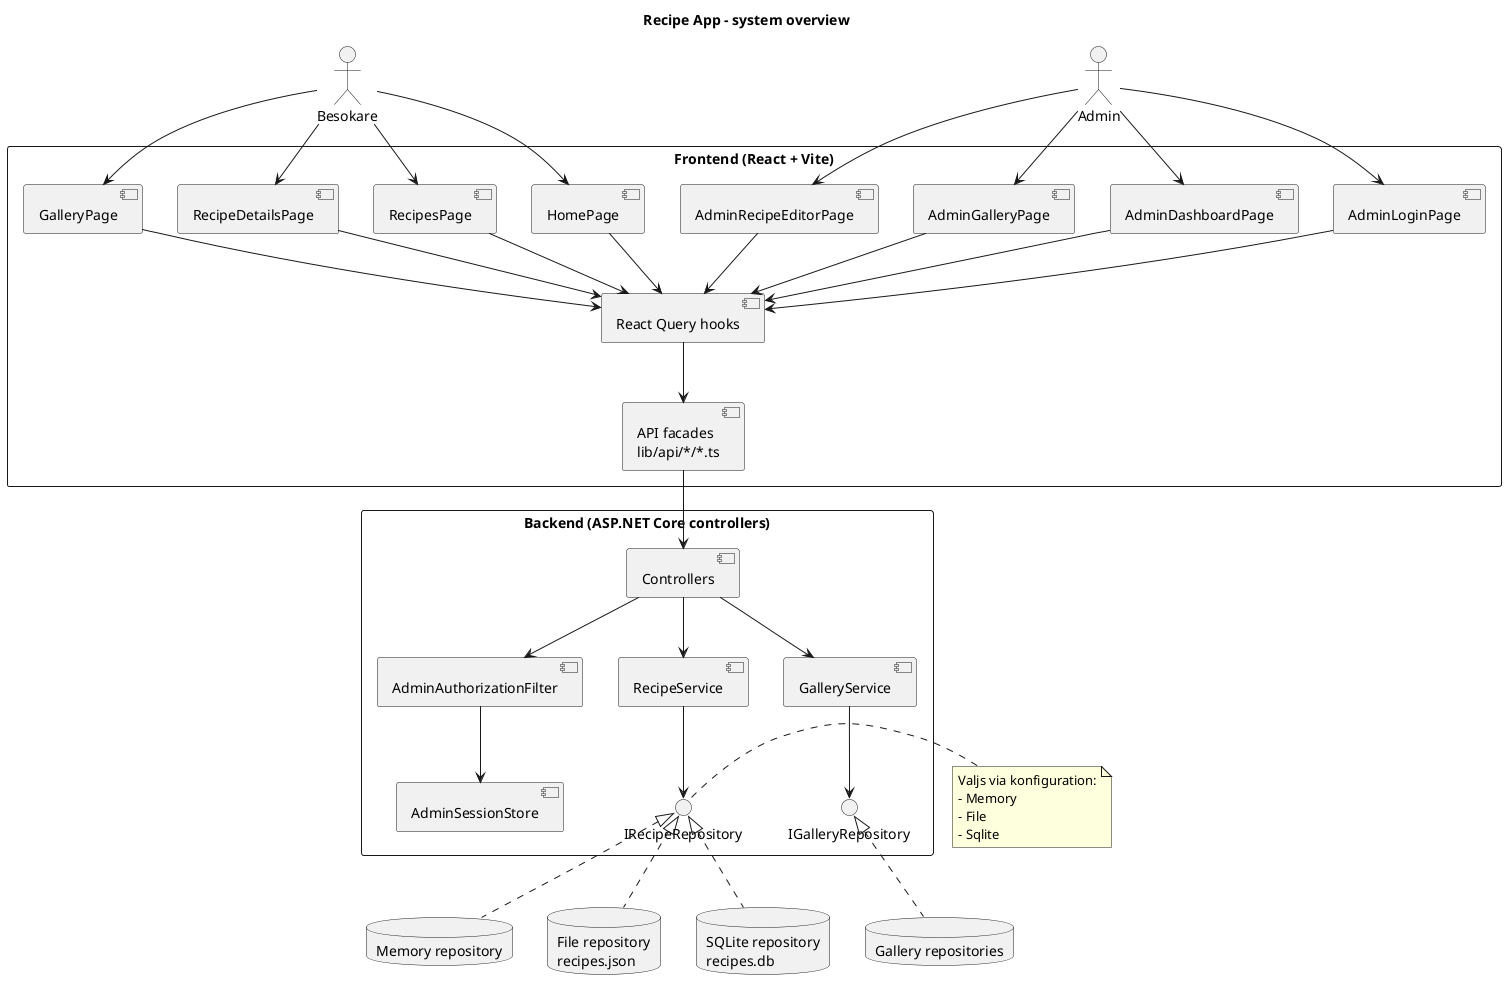
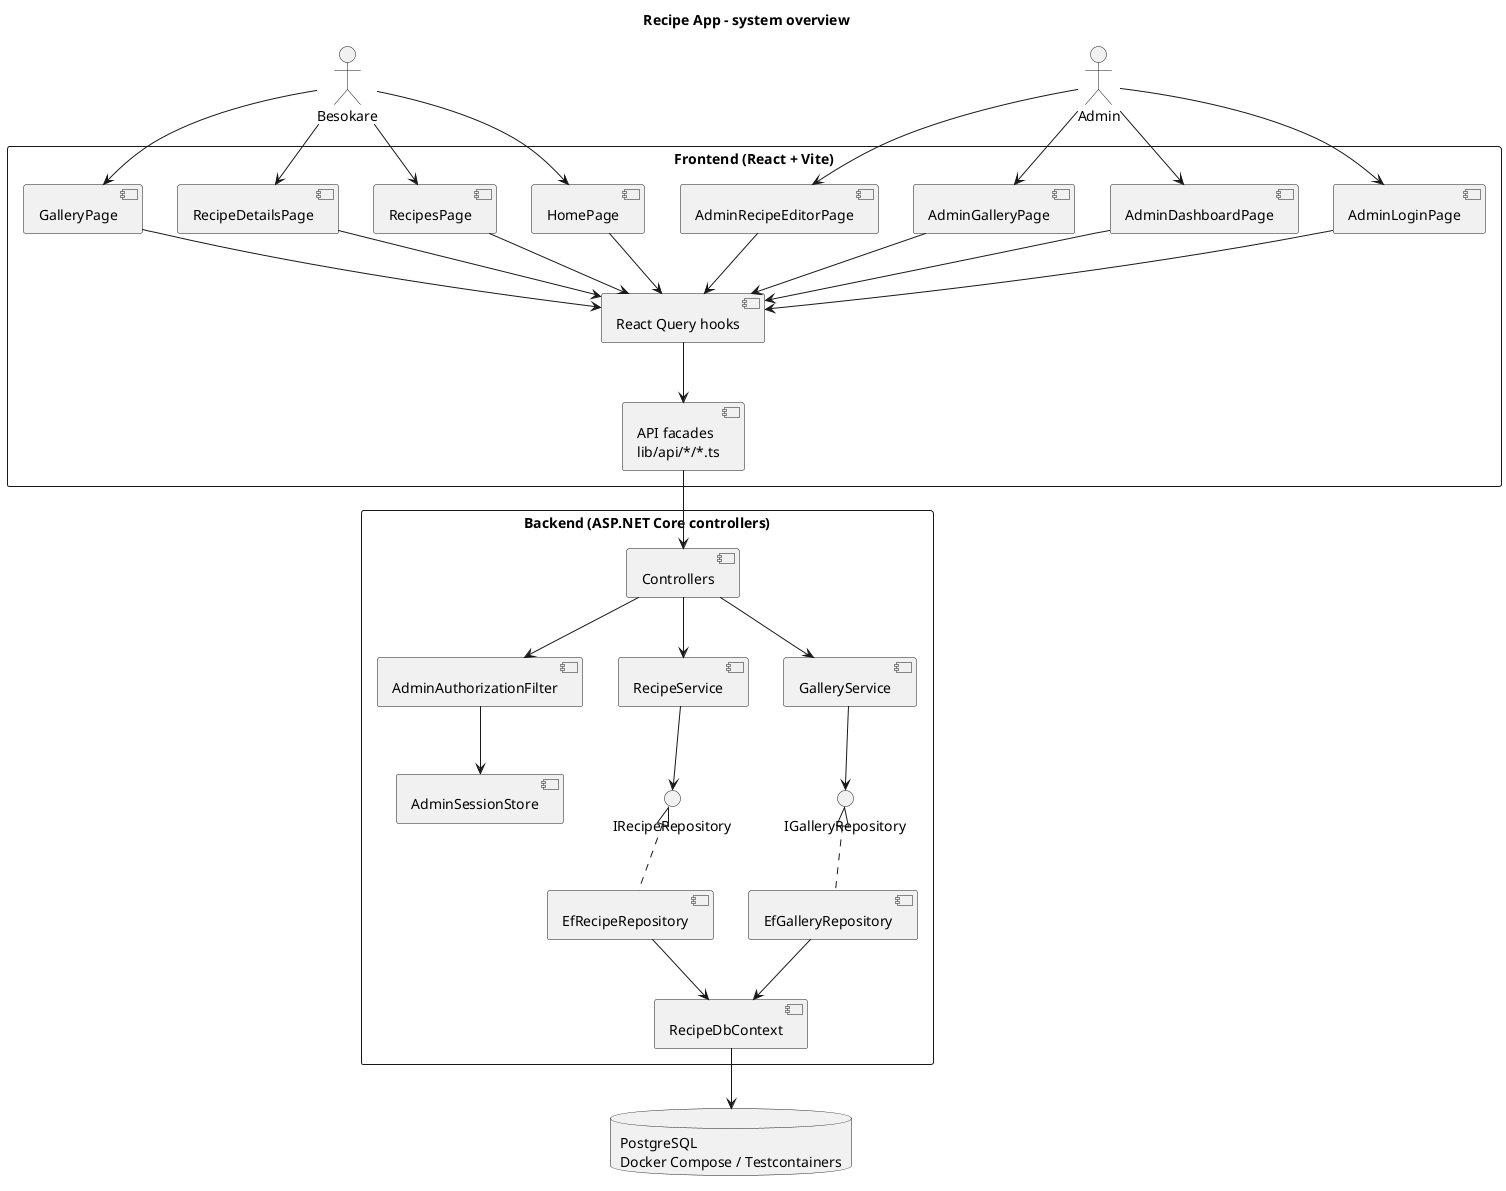
@startuml
title Recipe App - system overview

actor "Besokare" as Visitor
actor "Admin" as Admin

rectangle "Frontend (React + Vite)" {
  component "HomePage" as HomePage
  component "RecipesPage" as RecipesPage
  component "RecipeDetailsPage" as RecipeDetailsPage
  component "GalleryPage" as GalleryPage
  component "AdminLoginPage" as AdminLoginPage
  component "AdminDashboardPage" as AdminDashboardPage
  component "AdminGalleryPage" as AdminGalleryPage
  component "AdminRecipeEditorPage" as AdminRecipeEditorPage
  component "React Query hooks" as Hooks
  component "API facades\nlib/api/*/*.ts" as ApiFacade
}

rectangle "Backend (ASP.NET Core controllers)" {
  component "Controllers" as Controllers
  component "AdminAuthorizationFilter" as Filter
  component "AdminSessionStore" as SessionStore
  component "RecipeService" as RecipeService
  component "GalleryService" as GalleryService
-   interface "IRecipeRepository" as Repo
+   interface "IRecipeRepository" as RecipeRepo
  interface "IGalleryRepository" as GalleryRepo
+   component "EfRecipeRepository" as EfRecipeRepo
+   component "EfGalleryRepository" as EfGalleryRepo
+   component "RecipeDbContext" as DbContext
}

- database "Memory repository" as MemoryRepo
- database "File repository\nrecipes.json" as FileRepo
- database "SQLite repository\nrecipes.db" as SqliteRepo
- database "Gallery repositories" as GalleryRepos
+ database "PostgreSQL\nDocker Compose / Testcontainers" as Postgres

Visitor --> HomePage
Visitor --> RecipesPage
Visitor --> RecipeDetailsPage
Visitor --> GalleryPage
Admin --> AdminLoginPage
Admin --> AdminDashboardPage
Admin --> AdminGalleryPage
Admin --> AdminRecipeEditorPage

HomePage --> Hooks
RecipesPage --> Hooks
RecipeDetailsPage --> Hooks
GalleryPage --> Hooks
AdminLoginPage --> Hooks
AdminDashboardPage --> Hooks
AdminGalleryPage --> Hooks
AdminRecipeEditorPage --> Hooks

Hooks --> ApiFacade
ApiFacade --> Controllers

Controllers --> Filter
Filter --> SessionStore
Controllers --> RecipeService
Controllers --> GalleryService
- RecipeService --> Repo
+ RecipeService --> RecipeRepo
GalleryService --> GalleryRepo
- 
- Repo <|.. MemoryRepo
- Repo <|.. FileRepo
- Repo <|.. SqliteRepo
- GalleryRepo <|.. GalleryRepos
- 
- note right of Repo
- Valjs via konfiguration:
- - Memory
- - File
- - Sqlite
- end note
+ RecipeRepo <|.. EfRecipeRepo
+ GalleryRepo <|.. EfGalleryRepo
+ EfRecipeRepo --> DbContext
+ EfGalleryRepo --> DbContext
+ DbContext --> Postgres

@enduml
